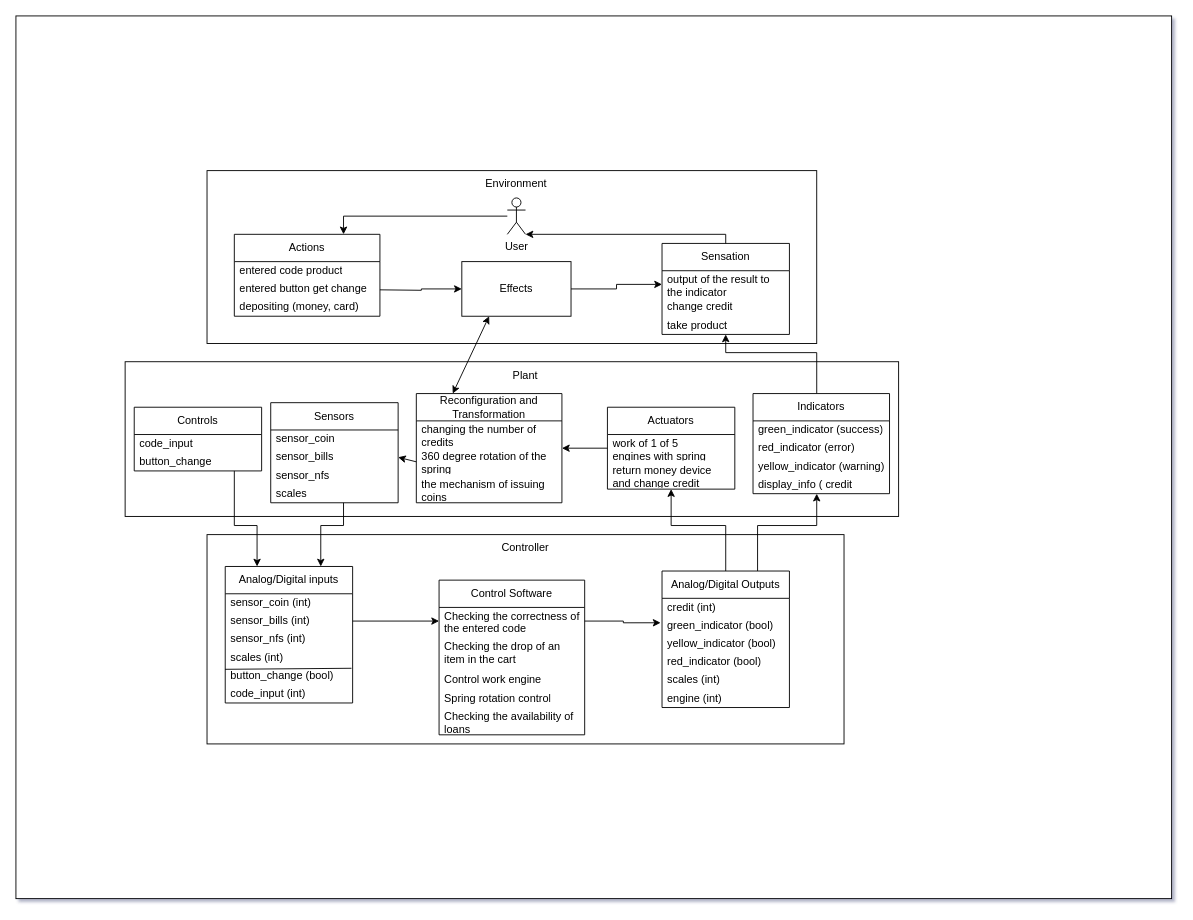
EmelyanovAlexey/Artificial_intelligence keeps this draw.io diagram as Диаграмма без названия.drawio. Above is the earlier version. Source tidied: cells renumbered, new cells numbered last; positions are measured from the earlier drawing's top-left corner, leaving out a move shared by most shapes. Both pictures are drawn from the tidied source at 91%, with x=0, y=0 at pixel (15, 15).
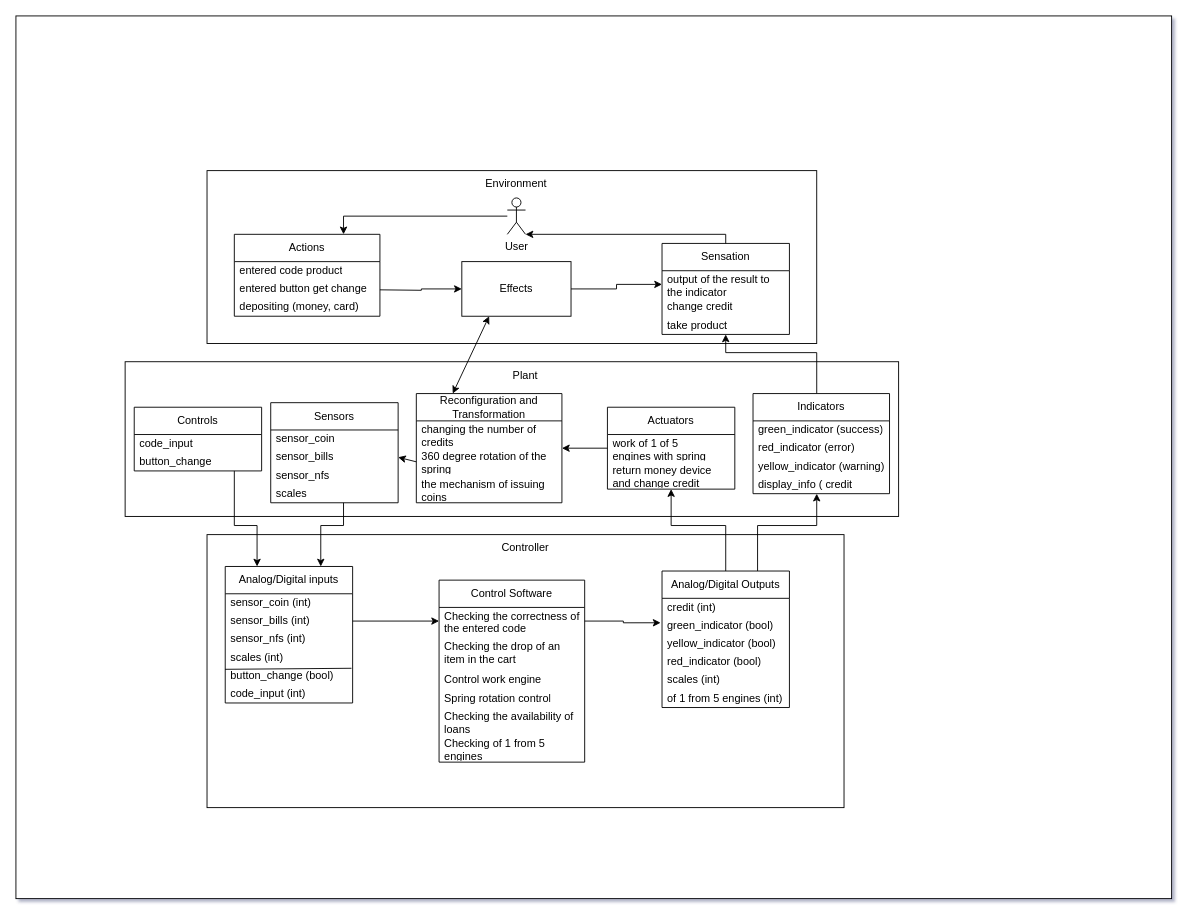
Above is the later version.

Unchanged cells that the change refers to:
```xml
<mxCell id="54" value="Analog/Digital Outputs" style="swimlane;fontStyle=0;horizontal=1;startSize=30;whiteSpace=wrap;html=1;" parent="1" vertex="1">
  <mxGeometry x="710" y="610" width="140" height="150" as="geometry" />
</mxCell>
```

The edit, as a diff of the source:
```diff
@@
     <mxCell id="18" style="rounded=0;whiteSpace=wrap;html=1;" parent="1" vertex="1">
-      <mxGeometry x="210" y="570" width="700" height="230" as="geometry" />
+      <mxGeometry x="210" y="570" width="700" height="300" as="geometry" />
     </mxCell>
@@
     <mxCell id="46" value="Control Software" style="swimlane;fontStyle=0;horizontal=1;startSize=30;whiteSpace=wrap;html=1;" parent="1" vertex="1">
-      <mxGeometry x="465" y="620" width="160" height="170" as="geometry" />
+      <mxGeometry x="465" y="620" width="160" height="200" as="geometry" />
     </mxCell>
@@
+    <mxCell id="74" value="Сhecking of 1 from 5 en&lt;span style=&quot;background-color: initial;&quot;&gt;gines&lt;/span&gt;" style="text;strokeColor=none;fillColor=none;align=left;verticalAlign=middle;spacingLeft=4;spacingRight=4;overflow=hidden;whiteSpace=wrap;html=1;" parent="46" vertex="1">
+      <mxGeometry y="170" width="160" height="30" as="geometry" />
+    </mxCell>
@@
-    <mxCell id="60" value="engine&amp;nbsp;(int)" style="text;strokeColor=none;fillColor=none;align=left;verticalAlign=middle;spacingLeft=4;spacingRight=4;overflow=hidden;whiteSpace=wrap;html=1;" parent="54" vertex="1">
+    <mxCell id="60" value="of 1 from 5 en&lt;span style=&quot;background-color: initial;&quot;&gt;gines&amp;nbsp;&lt;/span&gt;(int)" style="text;strokeColor=none;fillColor=none;align=left;verticalAlign=middle;spacingLeft=4;spacingRight=4;overflow=hidden;whiteSpace=wrap;html=1;" parent="54" vertex="1">
       <mxGeometry y="130" width="140" height="20" as="geometry" />
     </mxCell>
```
